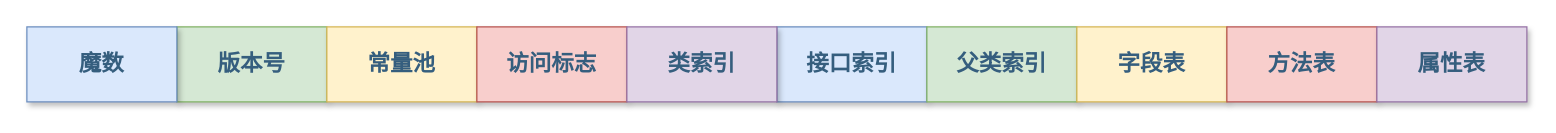
Before: page "类文件结构" (7 of 10) of assets/Java/JavaCore/Java虚拟机.drawio in dunwu/waterdrop, a draw.io diagram. Source tidied: cells renumbered, new cells numbered last; positions are measured from the earlier drawing's top-left corner, leaving out a move shared by most shapes. Both pictures are drawn from the tidied source at 125%, with x=0, y=0 at pixel (26, 26).
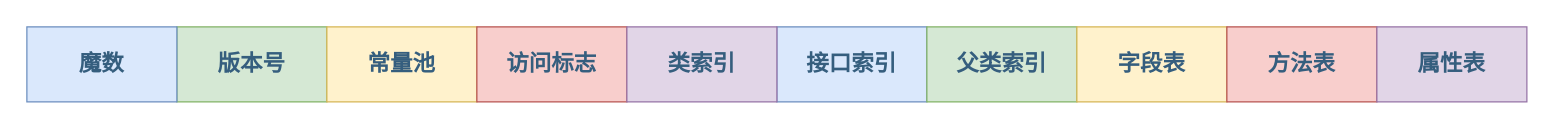
Above is the later version.

The edit, as a diff of the source:
```diff
@@
 <mxGraphModel>
   <root>
     <mxCell id="0" />
     <mxCell id="1" parent="0" />
-    <mxCell id="2" value="版本号" style="rounded=0;whiteSpace=wrap;html=1;fontSize=18;fillColor=#d5e8d4;strokeColor=#82b366;fontStyle=1;shadow=1;fontColor=#355E7E;" parent="1" vertex="1">
+    <mxCell id="2" value="版本号" style="rounded=0;whiteSpace=wrap;html=1;fontSize=18;fillColor=#d5e8d4;strokeColor=#82b366;fontStyle=1;shadow=0;fontColor=#355E7E;" parent="1" vertex="1">
       <mxGeometry x="120" width="120" height="60" as="geometry" />
     </mxCell>
-    <mxCell id="3" value="魔数" style="rounded=0;whiteSpace=wrap;html=1;fontSize=18;fillColor=#dae8fc;strokeColor=#6c8ebf;fontStyle=1;shadow=1;fontColor=#355E7E;" parent="1" vertex="1">
+    <mxCell id="3" value="魔数" style="rounded=0;whiteSpace=wrap;html=1;fontSize=18;fillColor=#dae8fc;strokeColor=#6c8ebf;fontStyle=1;shadow=0;fontColor=#355E7E;" parent="1" vertex="1">
       <mxGeometry width="120" height="60" as="geometry" />
     </mxCell>
-    <mxCell id="4" value="常量池" style="rounded=0;whiteSpace=wrap;html=1;fontSize=18;fillColor=#fff2cc;strokeColor=#d6b656;fontStyle=1;shadow=1;fontColor=#355E7E;" parent="1" vertex="1">
+    <mxCell id="4" value="常量池" style="rounded=0;whiteSpace=wrap;html=1;fontSize=18;fillColor=#fff2cc;strokeColor=#d6b656;fontStyle=1;shadow=0;fontColor=#355E7E;" parent="1" vertex="1">
       <mxGeometry x="240" width="120" height="60" as="geometry" />
     </mxCell>
-    <mxCell id="5" value="访问标志" style="rounded=0;whiteSpace=wrap;html=1;fontSize=18;fillColor=#f8cecc;strokeColor=#b85450;fontStyle=1;shadow=1;fontColor=#355E7E;" parent="1" vertex="1">
+    <mxCell id="5" value="访问标志" style="rounded=0;whiteSpace=wrap;html=1;fontSize=18;fillColor=#f8cecc;strokeColor=#b85450;fontStyle=1;shadow=0;fontColor=#355E7E;" parent="1" vertex="1">
       <mxGeometry x="360" width="120" height="60" as="geometry" />
     </mxCell>
-    <mxCell id="6" value="接口索引" style="rounded=0;whiteSpace=wrap;html=1;fontSize=18;fillColor=#dae8fc;strokeColor=#6c8ebf;fontStyle=1;shadow=1;fontColor=#355E7E;" parent="1" vertex="1">
+    <mxCell id="6" value="接口索引" style="rounded=0;whiteSpace=wrap;html=1;fontSize=18;fillColor=#dae8fc;strokeColor=#6c8ebf;fontStyle=1;shadow=0;fontColor=#355E7E;" parent="1" vertex="1">
       <mxGeometry x="600" width="120" height="60" as="geometry" />
     </mxCell>
-    <mxCell id="7" value="类索引" style="rounded=0;whiteSpace=wrap;html=1;fontSize=18;fillColor=#e1d5e7;strokeColor=#9673a6;fontStyle=1;shadow=1;fontColor=#355E7E;" parent="1" vertex="1">
+    <mxCell id="7" value="类索引" style="rounded=0;whiteSpace=wrap;html=1;fontSize=18;fillColor=#e1d5e7;strokeColor=#9673a6;fontStyle=1;shadow=0;fontColor=#355E7E;" parent="1" vertex="1">
       <mxGeometry x="480" width="120" height="60" as="geometry" />
     </mxCell>
-    <mxCell id="8" value="父类索引" style="rounded=0;whiteSpace=wrap;html=1;fontSize=18;fillColor=#d5e8d4;strokeColor=#82b366;fontStyle=1;shadow=1;fontColor=#355E7E;" parent="1" vertex="1">
+    <mxCell id="8" value="父类索引" style="rounded=0;whiteSpace=wrap;html=1;fontSize=18;fillColor=#d5e8d4;strokeColor=#82b366;fontStyle=1;shadow=0;fontColor=#355E7E;" parent="1" vertex="1">
       <mxGeometry x="720" width="120" height="60" as="geometry" />
     </mxCell>
-    <mxCell id="9" value="字段表" style="rounded=0;whiteSpace=wrap;html=1;fontSize=18;fillColor=#fff2cc;strokeColor=#d6b656;fontStyle=1;shadow=1;fontColor=#355E7E;" parent="1" vertex="1">
+    <mxCell id="9" value="字段表" style="rounded=0;whiteSpace=wrap;html=1;fontSize=18;fillColor=#fff2cc;strokeColor=#d6b656;fontStyle=1;shadow=0;fontColor=#355E7E;" parent="1" vertex="1">
       <mxGeometry x="840" width="120" height="60" as="geometry" />
     </mxCell>
-    <mxCell id="10" value="方法表" style="rounded=0;whiteSpace=wrap;html=1;fontSize=18;fillColor=#f8cecc;strokeColor=#b85450;fontStyle=1;shadow=1;fontColor=#355E7E;" parent="1" vertex="1">
+    <mxCell id="10" value="方法表" style="rounded=0;whiteSpace=wrap;html=1;fontSize=18;fillColor=#f8cecc;strokeColor=#b85450;fontStyle=1;shadow=0;fontColor=#355E7E;" parent="1" vertex="1">
       <mxGeometry x="960" width="120" height="60" as="geometry" />
     </mxCell>
-    <mxCell id="11" value="属性表" style="rounded=0;whiteSpace=wrap;html=1;fontSize=18;fillColor=#e1d5e7;strokeColor=#9673a6;fontStyle=1;shadow=1;fontColor=#355E7E;" parent="1" vertex="1">
+    <mxCell id="11" value="属性表" style="rounded=0;whiteSpace=wrap;html=1;fontSize=18;fillColor=#e1d5e7;strokeColor=#9673a6;fontStyle=1;shadow=0;fontColor=#355E7E;" parent="1" vertex="1">
       <mxGeometry x="1080" width="120" height="60" as="geometry" />
     </mxCell>
   </root>
 </mxGraphModel>
```
